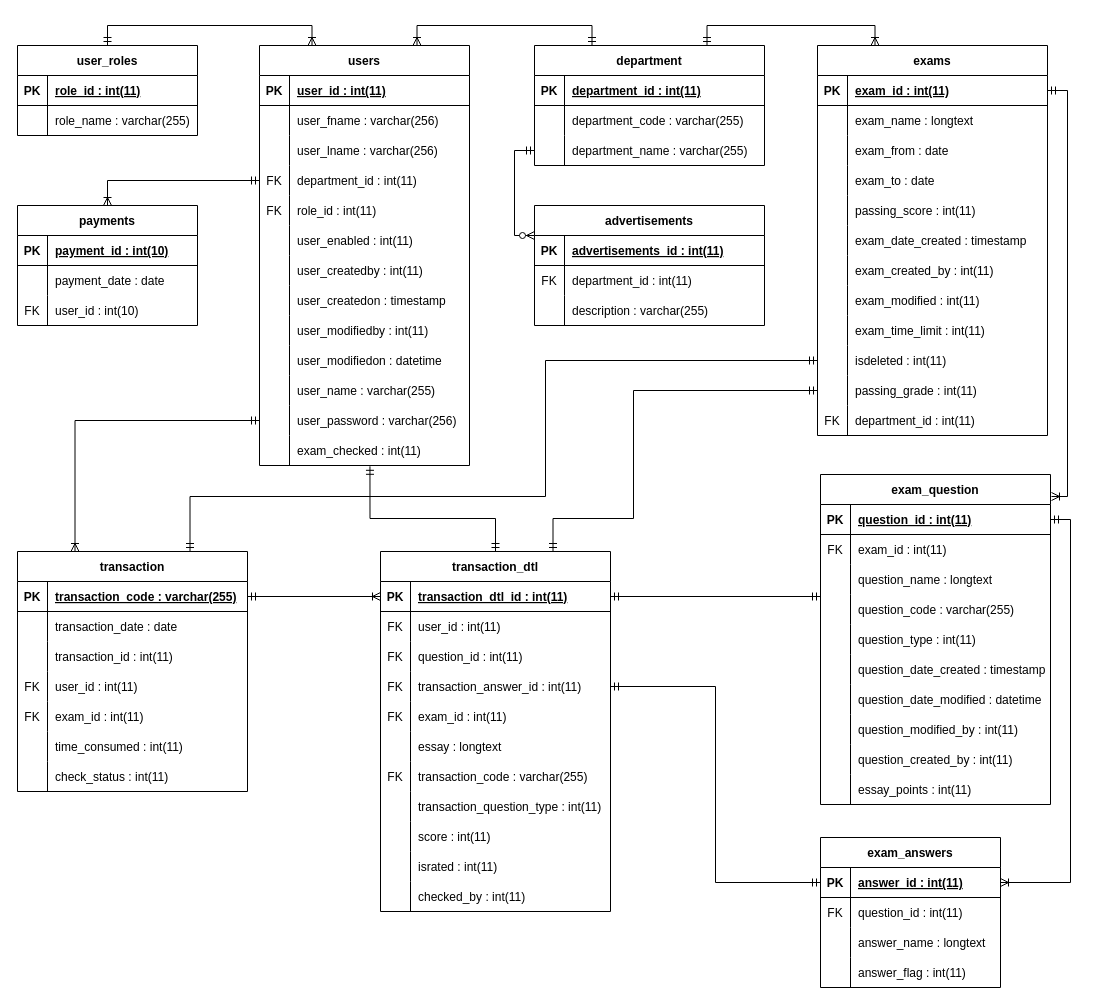
The draw.io diagram page "Page-1" (1 of 2) of erd final.drawio in alimkhanakimzhan/ict-first-trimester-final, before the edit. Source tidied: cells renumbered, new cells numbered last; positions are measured from the earlier drawing's top-left corner, leaving out a move shared by most shapes. Both pictures are drawn from the tidied source at 100%, with x=0, y=0 at pixel (17, 45).
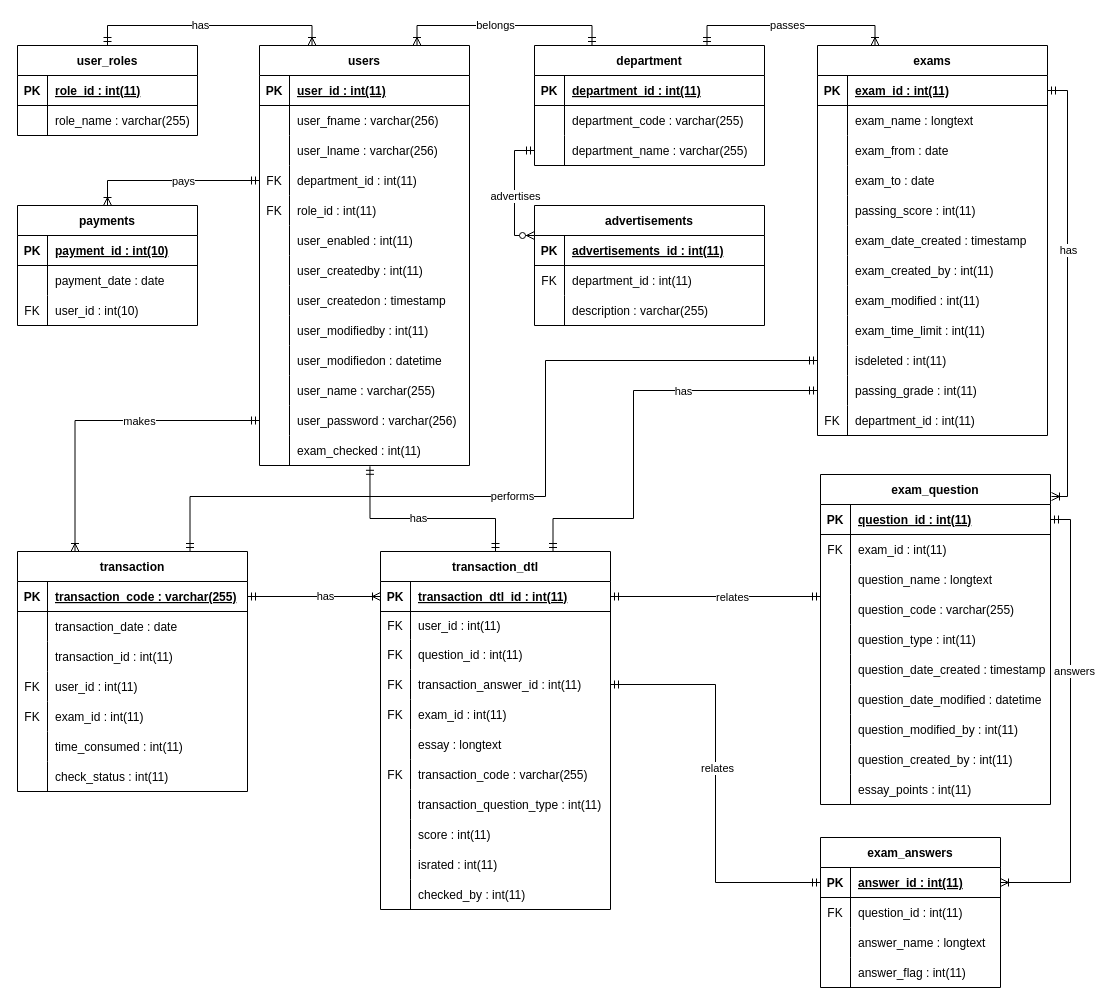
Above is the later version.

The change refers to these unchanged cells:
```xml
<mxCell id="3" value="user_roles" style="shape=table;startSize=30;childLayout=tableLayout;rowLines=0;fontStyle=1;align=center;" parent="1" vertex="1">
  <mxGeometry width="180" height="90" as="geometry" />
</mxCell>
<mxCell id="10" style="edgeStyle=orthogonalEdgeStyle;rounded=0;jettySize=auto;html=1;exitX=0.75;exitY=0;exitDx=0;exitDy=0;entryX=0.25;entryY=0;entryDx=0;entryDy=0;startArrow=ERoneToMany;startFill=0;endArrow=ERmandOne;endFill=0;fontSize=13;" parent="1" edge="1" source="11" target="54">
  <mxGeometry relative="1" as="geometry" />
</mxCell>
<mxCell id="11" value="users" style="shape=table;startSize=30;childLayout=tableLayout;rowLines=0;fontStyle=1;align=center;" parent="1" vertex="1">
  <mxGeometry x="242" width="210" height="420" as="geometry" />
</mxCell>
<mxCell id="53" style="edgeStyle=orthogonalEdgeStyle;rounded=0;jettySize=auto;html=1;exitX=0.75;exitY=0;exitDx=0;exitDy=0;entryX=0.25;entryY=0;entryDx=0;entryDy=0;startArrow=ERmandOne;startFill=0;endArrow=ERoneToMany;endFill=0;fontSize=13;" parent="1" edge="1" source="54" target="179">
  <mxGeometry relative="1" as="geometry" />
</mxCell>
<mxCell id="64" style="edgeStyle=orthogonalEdgeStyle;rounded=0;jettySize=auto;html=1;exitX=0;exitY=0.25;exitDx=0;exitDy=0;entryX=0;entryY=0.5;entryDx=0;entryDy=0;startArrow=ERzeroToMany;startFill=1;endArrow=ERmandOne;endFill=0;fontSize=13;" parent="1" edge="1" source="65" target="61">
  <mxGeometry relative="1" as="geometry" />
</mxCell>
<mxCell id="75" style="edgeStyle=orthogonalEdgeStyle;rounded=0;jettySize=auto;html=1;exitX=0.25;exitY=0;exitDx=0;exitDy=0;entryX=0;entryY=0.5;entryDx=0;entryDy=0;startArrow=ERoneToMany;startFill=0;endArrow=ERmandOne;endFill=0;fontSize=13;" parent="1" edge="1" source="77" target="45">
  <mxGeometry relative="1" as="geometry" />
</mxCell>
<mxCell id="76" style="edgeStyle=orthogonalEdgeStyle;rounded=0;jettySize=auto;html=1;exitX=0.75;exitY=0;exitDx=0;exitDy=0;entryX=0;entryY=0.5;entryDx=0;entryDy=0;startArrow=ERmandOne;startFill=0;endArrow=ERmandOne;endFill=0;fontSize=13;" parent="1" edge="1" source="77" target="207">
  <mxGeometry relative="1" as="geometry">
    <Array as="points">
      <mxPoint x="173" y="451" />
      <mxPoint x="528" y="451" />
      <mxPoint x="528" y="315" />
    </Array>
  </mxGeometry>
</mxCell>
<mxCell id="99" style="edgeStyle=orthogonalEdgeStyle;rounded=0;jettySize=auto;html=1;exitX=0.5;exitY=0;exitDx=0;exitDy=0;entryX=0.526;entryY=1.027;entryDx=0;entryDy=0;entryPerimeter=0;startArrow=ERmandOne;startFill=0;endArrow=ERmandOne;endFill=0;" parent="1" edge="1" source="101" target="48">
  <mxGeometry relative="1" as="geometry">
    <Array as="points">
      <mxPoint x="478" y="473" />
      <mxPoint x="353" y="473" />
    </Array>
  </mxGeometry>
</mxCell>
<mxCell id="100" style="edgeStyle=orthogonalEdgeStyle;rounded=0;jettySize=auto;html=1;exitX=0.75;exitY=0;exitDx=0;exitDy=0;startArrow=ERmandOne;startFill=0;endArrow=ERmandOne;endFill=0;entryX=0;entryY=0.5;entryDx=0;entryDy=0;" parent="1" edge="1" source="101" target="210">
  <mxGeometry relative="1" as="geometry">
    <Array as="points">
      <mxPoint x="536" y="473" />
      <mxPoint x="616" y="473" />
      <mxPoint x="616" y="345" />
    </Array>
  </mxGeometry>
</mxCell>
<mxCell id="216" style="edgeStyle=orthogonalEdgeStyle;rounded=0;jettySize=auto;html=1;exitX=0.5;exitY=0;exitDx=0;exitDy=0;entryX=0;entryY=0.5;entryDx=0;entryDy=0;startArrow=ERoneToMany;startFill=0;endArrow=ERmandOne;endFill=0;fontSize=13;" parent="1" edge="1" source="217" target="21">
  <mxGeometry relative="1" as="geometry" />
</mxCell>
<mxCell id="227" style="edgeStyle=orthogonalEdgeStyle;rounded=0;jettySize=auto;html=1;entryX=1;entryY=0.5;entryDx=0;entryDy=0;startArrow=ERoneToMany;startFill=0;endArrow=ERmandOne;endFill=0;fontSize=13;" parent="1" edge="1" target="180">
  <mxGeometry relative="1" as="geometry">
    <mxPoint x="1034" y="451" as="sourcePoint" />
    <Array as="points">
      <mxPoint x="1050" y="451" />
      <mxPoint x="1050" y="45" />
    </Array>
  </mxGeometry>
</mxCell>
<mxCell id="228" style="edgeStyle=orthogonalEdgeStyle;rounded=0;jettySize=auto;html=1;exitX=1;exitY=0.5;exitDx=0;exitDy=0;entryX=1;entryY=0.5;entryDx=0;entryDy=0;startArrow=ERoneToMany;startFill=0;endArrow=ERmandOne;endFill=0;fontSize=13;" parent="1" edge="1" source="136" target="149">
  <mxGeometry relative="1" as="geometry" />
</mxCell>
<mxCell id="229" style="edgeStyle=orthogonalEdgeStyle;rounded=0;jettySize=auto;html=1;exitX=0;exitY=0.5;exitDx=0;exitDy=0;entryX=1;entryY=0.5;entryDx=0;entryDy=0;startArrow=ERoneToMany;startFill=0;endArrow=ERmandOne;endFill=0;fontSize=13;" parent="1" edge="1" source="102" target="78">
  <mxGeometry relative="1" as="geometry" />
</mxCell>
<mxCell id="230" style="edgeStyle=orthogonalEdgeStyle;rounded=0;jettySize=auto;html=1;exitX=1;exitY=0.5;exitDx=0;exitDy=0;entryX=0;entryY=0.067;entryDx=0;entryDy=0;startArrow=ERmandOne;startFill=0;endArrow=ERmandOne;endFill=0;fontSize=13;entryPerimeter=0;" parent="1" edge="1" source="102" target="158">
  <mxGeometry relative="1" as="geometry" />
</mxCell>
<mxCell id="231" style="edgeStyle=orthogonalEdgeStyle;rounded=0;jettySize=auto;html=1;exitX=1;exitY=0.5;exitDx=0;exitDy=0;entryX=0;entryY=0.5;entryDx=0;entryDy=0;startArrow=ERmandOne;startFill=0;endArrow=ERmandOne;endFill=0;" parent="1" edge="1" source="111" target="136">
  <mxGeometry relative="1" as="geometry" />
</mxCell>
```

Change to the diagram source:
```diff
@@
-    <mxCell id="2" style="edgeStyle=orthogonalEdgeStyle;rounded=0;jettySize=auto;html=1;exitX=0.5;exitY=0;exitDx=0;exitDy=0;entryX=0.25;entryY=0;entryDx=0;entryDy=0;fontSize=13;endArrow=ERoneToMany;endFill=0;startArrow=ERmandOne;startFill=0;" parent="1" edge="1" source="3" target="11">
-      <mxGeometry relative="1" as="geometry" />
+    <mxCell id="2" style="edgeStyle=orthogonalEdgeStyle;rounded=0;jettySize=auto;html=1;exitX=0.5;exitY=0;exitDx=0;exitDy=0;entryX=0.25;entryY=0;entryDx=0;entryDy=0;fontSize=13;endArrow=ERoneToMany;endFill=0;startArrow=ERmandOne;startFill=0;horizontal=1;verticalAlign=middle;" parent="1" edge="1" source="3" target="11">
+      <mxGeometry relative="1" as="geometry">
+        <Array as="points">
+          <mxPoint x="90" y="-20" />
+          <mxPoint x="295" y="-20" />
+        </Array>
+      </mxGeometry>
     </mxCell>
+    <mxCell id="232" value="has" style="edgeLabel;html=1;align=center;verticalAlign=middle;" parent="2" vertex="1">
+      <mxGeometry x="-0.08" y="1" relative="1" as="geometry" />
+    </mxCell>
+    <mxCell id="233" style="edgeStyle=orthogonalEdgeStyle;rounded=0;jettySize=auto;html=1;exitX=0.5;exitY=0;exitDx=0;exitDy=0;" parent="1" edge="1" source="3">
+      <mxGeometry relative="1" as="geometry">
+        <mxPoint x="90" y="-0.2" as="targetPoint" />
+      </mxGeometry>
+    </mxCell>
@@
+    <mxCell id="234" value="belongs" style="edgeLabel;html=1;align=center;verticalAlign=middle;" parent="10" vertex="1">
+      <mxGeometry x="-0.09" y="1" relative="1" as="geometry" />
+    </mxCell>
@@
+    <mxCell id="235" value="passes" style="edgeLabel;html=1;align=center;verticalAlign=middle;" parent="53" vertex="1">
+      <mxGeometry x="0.1" y="1" relative="1" as="geometry">
+        <mxPoint x="-14.5" as="offset" />
+      </mxGeometry>
+    </mxCell>
@@
+    <mxCell id="236" value="advertises" style="edgeLabel;html=1;align=center;verticalAlign=middle;" parent="64" vertex="1">
+      <mxGeometry x="0.17" relative="1" as="geometry">
+        <mxPoint y="13.1" as="offset" />
+      </mxGeometry>
+    </mxCell>
@@
+    <mxCell id="237" value="makes" style="edgeLabel;html=1;align=center;verticalAlign=middle;" parent="75" vertex="1">
+      <mxGeometry x="-0.17" y="-64" relative="1" as="geometry">
+        <mxPoint x="64" y="-64" as="offset" />
+      </mxGeometry>
+    </mxCell>
@@
+    <mxCell id="238" value="performs" style="edgeLabel;html=1;align=center;verticalAlign=middle;" parent="76" vertex="1">
+      <mxGeometry x="-0.06" y="1" relative="1" as="geometry">
+        <mxPoint x="-8" as="offset" />
+      </mxGeometry>
+    </mxCell>
@@
+    <mxCell id="239" value="has" style="edgeLabel;html=1;align=center;verticalAlign=middle;" parent="99" vertex="1">
+      <mxGeometry x="0.05" y="-1" relative="1" as="geometry" />
+    </mxCell>
@@
+    <mxCell id="240" value="has" style="edgeLabel;html=1;align=center;verticalAlign=middle;" parent="100" vertex="1">
+      <mxGeometry x="0.37" y="-2" relative="1" as="geometry">
+        <mxPoint y="-2" as="offset" />
+      </mxGeometry>
+    </mxCell>
     <mxCell id="101" value="transaction_dtl" style="shape=table;startSize=30;childLayout=tableLayout;rowLines=0;fontStyle=1;align=center;" parent="1" vertex="1">
-      <mxGeometry x="363" y="506" width="230" height="360" as="geometry" />
+      <mxGeometry x="363" y="506" width="230" height="358" as="geometry" />
     </mxCell>
@@
     <mxCell id="105" style="shape=partialRectangle;fillColor=none;top=0;left=0;bottom=0;right=0;" parent="101" vertex="1">
-      <mxGeometry y="60" width="230" height="30" as="geometry" />
+      <mxGeometry y="60" width="230" height="28" as="geometry" />
     </mxCell>
     <mxCell id="106" value="FK" style="shape=partialRectangle;fillColor=none;top=0;left=0;bottom=0;right=0;overflow=hidden;" parent="105" vertex="1">
-      <mxGeometry width="30" height="30" as="geometry" />
+      <mxGeometry width="30" height="28" as="geometry" />
     </mxCell>
     <mxCell id="107" value="user_id : int(11)" style="shape=partialRectangle;fillColor=none;top=0;left=0;bottom=0;right=0;align=left;spacingLeft=6;overflow=hidden;" parent="105" vertex="1">
-      <mxGeometry x="30" width="200" height="30" as="geometry" />
+      <mxGeometry x="30" width="200" height="28" as="geometry" />
     </mxCell>
     <mxCell id="108" style="shape=partialRectangle;fillColor=none;top=0;left=0;bottom=0;right=0;" parent="101" vertex="1">
-      <mxGeometry y="90" width="230" height="30" as="geometry" />
+      <mxGeometry y="88" width="230" height="30" as="geometry" />
     </mxCell>
@@
     <mxCell id="111" style="shape=partialRectangle;fillColor=none;top=0;left=0;bottom=0;right=0;points=[[0,0.5],[1,0.5]];portConstraint=eastwest;" parent="101" vertex="1">
-      <mxGeometry y="120" width="230" height="30" as="geometry" />
+      <mxGeometry y="118" width="230" height="30" as="geometry" />
     </mxCell>
@@
     <mxCell id="114" style="shape=partialRectangle;fillColor=none;top=0;left=0;bottom=0;right=0;" parent="101" vertex="1">
-      <mxGeometry y="150" width="230" height="30" as="geometry" />
+      <mxGeometry y="148" width="230" height="30" as="geometry" />
     </mxCell>
@@
     <mxCell id="117" style="shape=partialRectangle;fillColor=none;top=0;left=0;bottom=0;right=0;" parent="101" vertex="1">
-      <mxGeometry y="180" width="230" height="30" as="geometry" />
+      <mxGeometry y="178" width="230" height="30" as="geometry" />
     </mxCell>
@@
     <mxCell id="120" style="shape=partialRectangle;fillColor=none;top=0;left=0;bottom=0;right=0;" parent="101" vertex="1">
-      <mxGeometry y="210" width="230" height="30" as="geometry" />
+      <mxGeometry y="208" width="230" height="30" as="geometry" />
     </mxCell>
@@
     <mxCell id="123" style="shape=partialRectangle;fillColor=none;top=0;left=0;bottom=0;right=0;" parent="101" vertex="1">
-      <mxGeometry y="240" width="230" height="30" as="geometry" />
+      <mxGeometry y="238" width="230" height="30" as="geometry" />
     </mxCell>
@@
     <mxCell id="126" style="shape=partialRectangle;fillColor=none;top=0;left=0;bottom=0;right=0;" parent="101" vertex="1">
-      <mxGeometry y="270" width="230" height="30" as="geometry" />
+      <mxGeometry y="268" width="230" height="30" as="geometry" />
     </mxCell>
@@
     <mxCell id="129" style="shape=partialRectangle;fillColor=none;top=0;left=0;bottom=0;right=0;" parent="101" vertex="1">
-      <mxGeometry y="300" width="230" height="30" as="geometry" />
+      <mxGeometry y="298" width="230" height="30" as="geometry" />
     </mxCell>
@@
     <mxCell id="132" style="shape=partialRectangle;fillColor=none;top=0;left=0;bottom=0;right=0;" parent="101" vertex="1">
-      <mxGeometry y="330" width="230" height="30" as="geometry" />
+      <mxGeometry y="328" width="230" height="30" as="geometry" />
     </mxCell>
@@
+    <mxCell id="241" value="pays" style="edgeLabel;html=1;align=center;verticalAlign=middle;" parent="216" vertex="1">
+      <mxGeometry x="0.22" y="-2" relative="1" as="geometry">
+        <mxPoint x="-7.6" y="-2" as="offset" />
+      </mxGeometry>
+    </mxCell>
@@
+    <mxCell id="242" value="has" style="edgeLabel;html=1;align=center;verticalAlign=middle;" parent="227" vertex="1">
+      <mxGeometry x="0.19" relative="1" as="geometry" />
+    </mxCell>
@@
+    <mxCell id="243" value="answers" style="edgeLabel;html=1;align=center;verticalAlign=middle;" parent="228" vertex="1">
+      <mxGeometry x="0.22" y="2" relative="1" as="geometry">
+        <mxPoint x="5" y="-5.9" as="offset" />
+      </mxGeometry>
+    </mxCell>
@@
+    <mxCell id="244" value="has" style="edgeLabel;html=1;align=center;verticalAlign=middle;" parent="229" vertex="1">
+      <mxGeometry x="-0.16" y="-1" relative="1" as="geometry" />
+    </mxCell>
@@
+    <mxCell id="245" value="relates" style="edgeLabel;html=1;align=center;verticalAlign=middle;" parent="230" vertex="1">
+      <mxGeometry x="0.15" y="3" relative="1" as="geometry">
+        <mxPoint y="3" as="offset" />
+      </mxGeometry>
+    </mxCell>
@@
+    <mxCell id="246" value="relates" style="edgeLabel;html=1;align=center;verticalAlign=middle;" parent="231" vertex="1">
+      <mxGeometry x="-0.08" y="1" relative="1" as="geometry" />
+    </mxCell>
```
